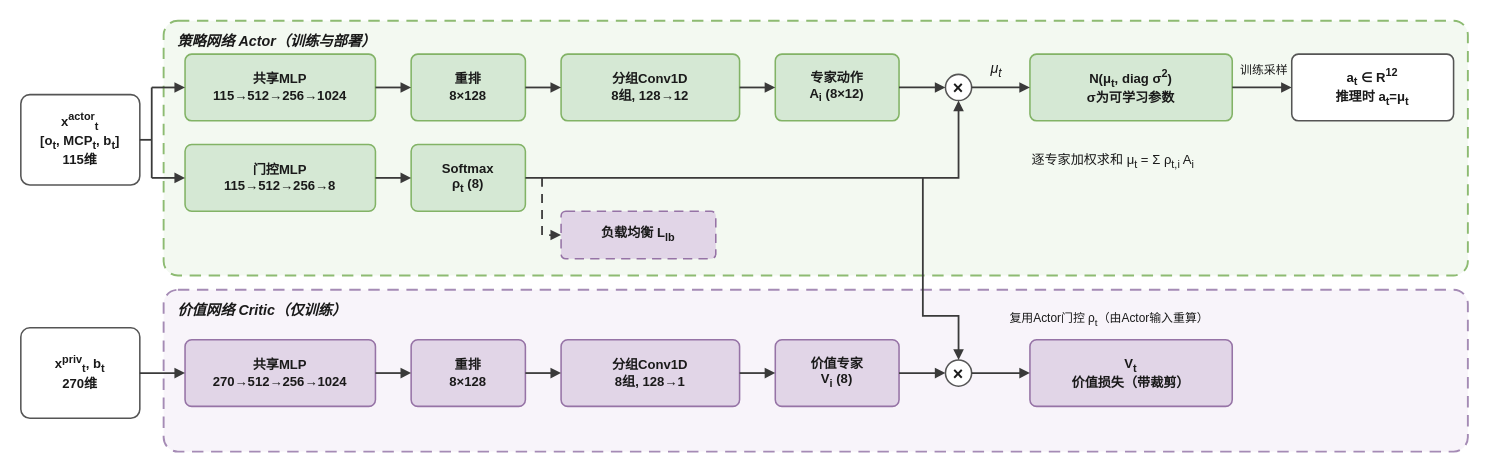
Before: report_rl_control/figures/fig4_actor_critic.drawio in leichesterzhang/rf, a draw.io diagram. Source tidied: cells renumbered, new cells numbered last; positions are measured from the earlier drawing's top-left corner, leaving out a move shared by most shapes. Both pictures are drawn from the tidied source at 119%, with x=0, y=0 at pixel (20, 20).
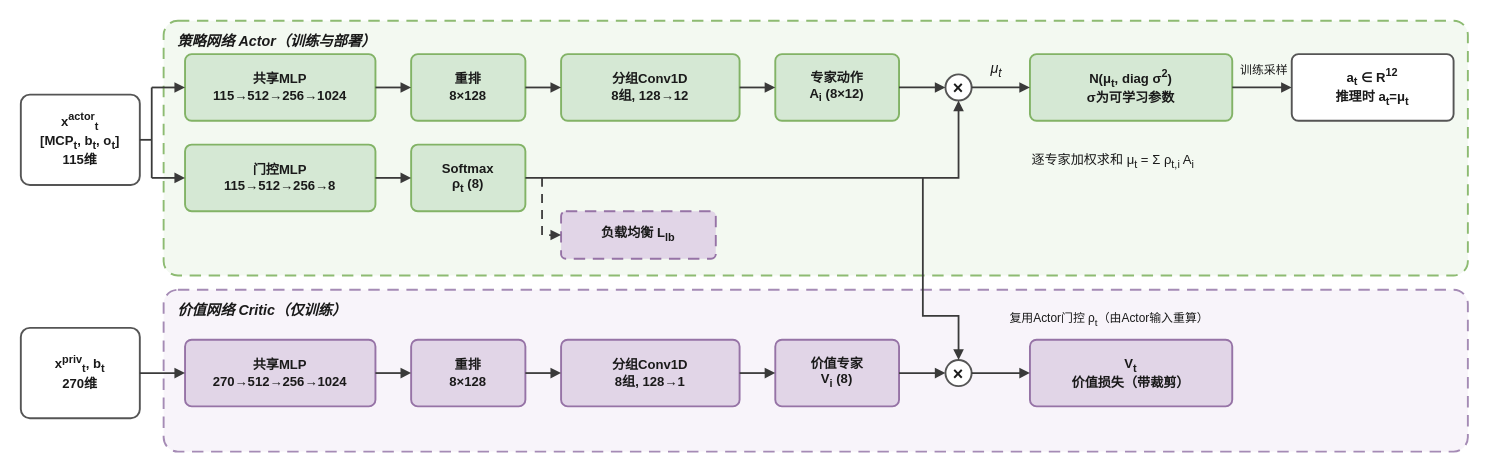
The same diagram, later.

What changed in the source:
```diff
@@
-    <mxCell id="4" value="x&lt;sup&gt;actor&lt;/sup&gt;&lt;sub&gt;t&lt;/sub&gt;&lt;br&gt;[o&lt;sub&gt;t&lt;/sub&gt;, MCP&lt;sub&gt;t&lt;/sub&gt;, b&lt;sub&gt;t&lt;/sub&gt;]&lt;br&gt;115维" style="html=1;whiteSpace=wrap;fontFamily=Arial;fontSize=11;fontColor=#1A1A1A;fontStyle=1;align=center;rounded=1;arcSize=10;fillColor=#FFFFFF;strokeColor=#555555;strokeWidth=1.3;verticalAlign=middle;" parent="1" vertex="1">
+    <mxCell id="4" value="x&lt;sup&gt;actor&lt;/sup&gt;&lt;sub&gt;t&lt;/sub&gt;&lt;br&gt;[MCP&lt;sub&gt;t&lt;/sub&gt;, b&lt;sub&gt;t&lt;/sub&gt;, o&lt;sub&gt;t&lt;/sub&gt;]&lt;br&gt;115维" style="html=1;whiteSpace=wrap;fontFamily=Arial;fontSize=11;fontColor=#1A1A1A;fontStyle=1;align=center;rounded=1;arcSize=10;fillColor=#FFFFFF;strokeColor=#555555;strokeWidth=1.6;verticalAlign=middle;" parent="1" vertex="1">
       <mxGeometry y="62" width="100" height="76" as="geometry" />
     </mxCell>
@@
-    <mxCell id="7" value="共享MLP&lt;br&gt;115→512→256→1024" style="html=1;whiteSpace=wrap;fontFamily=Arial;fontSize=11;fontColor=#1A1A1A;fontStyle=1;align=center;rounded=1;arcSize=10;fillColor=#D5E8D4;strokeColor=#82B366;strokeWidth=1.3;verticalAlign=middle;" parent="1" vertex="1">
+    <mxCell id="7" value="共享MLP&lt;br&gt;115→512→256→1024" style="html=1;whiteSpace=wrap;fontFamily=Arial;fontSize=11;fontColor=#1A1A1A;fontStyle=1;align=center;rounded=1;arcSize=10;fillColor=#D5E8D4;strokeColor=#82B366;strokeWidth=1.6;verticalAlign=middle;" parent="1" vertex="1">
       <mxGeometry x="138" y="28" width="160" height="56" as="geometry" />
     </mxCell>
-    <mxCell id="8" value="门控MLP&lt;br&gt;115→512→256→8" style="html=1;whiteSpace=wrap;fontFamily=Arial;fontSize=11;fontColor=#1A1A1A;fontStyle=1;align=center;rounded=1;arcSize=10;fillColor=#D5E8D4;strokeColor=#82B366;strokeWidth=1.3;verticalAlign=middle;" parent="1" vertex="1">
+    <mxCell id="8" value="门控MLP&lt;br&gt;115→512→256→8" style="html=1;whiteSpace=wrap;fontFamily=Arial;fontSize=11;fontColor=#1A1A1A;fontStyle=1;align=center;rounded=1;arcSize=10;fillColor=#D5E8D4;strokeColor=#82B366;strokeWidth=1.6;verticalAlign=middle;" parent="1" vertex="1">
       <mxGeometry x="138" y="104" width="160" height="56" as="geometry" />
     </mxCell>
@@
-    <mxCell id="11" value="重排&lt;br&gt;8×128" style="html=1;whiteSpace=wrap;fontFamily=Arial;fontSize=11;fontColor=#1A1A1A;fontStyle=1;align=center;rounded=1;arcSize=10;fillColor=#D5E8D4;strokeColor=#82B366;strokeWidth=1.3;verticalAlign=middle;" parent="1" vertex="1">
+    <mxCell id="11" value="重排&lt;br&gt;8×128" style="html=1;whiteSpace=wrap;fontFamily=Arial;fontSize=11;fontColor=#1A1A1A;fontStyle=1;align=center;rounded=1;arcSize=10;fillColor=#D5E8D4;strokeColor=#82B366;strokeWidth=1.6;verticalAlign=middle;" parent="1" vertex="1">
       <mxGeometry x="328" y="28" width="96" height="56" as="geometry" />
     </mxCell>
-    <mxCell id="12" value="分组Conv1D&lt;br&gt;8组, 128→12" style="html=1;whiteSpace=wrap;fontFamily=Arial;fontSize=11;fontColor=#1A1A1A;fontStyle=1;align=center;rounded=1;arcSize=10;fillColor=#D5E8D4;strokeColor=#82B366;strokeWidth=1.3;verticalAlign=middle;" parent="1" vertex="1">
+    <mxCell id="12" value="分组Conv1D&lt;br&gt;8组, 128→12" style="html=1;whiteSpace=wrap;fontFamily=Arial;fontSize=11;fontColor=#1A1A1A;fontStyle=1;align=center;rounded=1;arcSize=10;fillColor=#D5E8D4;strokeColor=#82B366;strokeWidth=1.6;verticalAlign=middle;" parent="1" vertex="1">
       <mxGeometry x="454" y="28" width="150" height="56" as="geometry" />
     </mxCell>
-    <mxCell id="13" value="专家动作&lt;br&gt;A&lt;sub&gt;i&lt;/sub&gt;  (8×12)" style="html=1;whiteSpace=wrap;fontFamily=Arial;fontSize=11;fontColor=#1A1A1A;fontStyle=1;align=center;rounded=1;arcSize=10;fillColor=#D5E8D4;strokeColor=#82B366;strokeWidth=1.3;verticalAlign=middle;" parent="1" vertex="1">
+    <mxCell id="13" value="专家动作&lt;br&gt;A&lt;sub&gt;i&lt;/sub&gt;  (8×12)" style="html=1;whiteSpace=wrap;fontFamily=Arial;fontSize=11;fontColor=#1A1A1A;fontStyle=1;align=center;rounded=1;arcSize=10;fillColor=#D5E8D4;strokeColor=#82B366;strokeWidth=1.6;verticalAlign=middle;" parent="1" vertex="1">
       <mxGeometry x="634" y="28" width="104" height="56" as="geometry" />
     </mxCell>
@@
-    <mxCell id="17" value="×" style="ellipse;html=1;whiteSpace=wrap;fontFamily=Arial;fontSize=15;fontColor=#1A1A1A;fontStyle=1;align=center;fillColor=#FFFFFF;strokeColor=#555555;strokeWidth=1.3;verticalAlign=middle;" parent="1" vertex="1">
+    <mxCell id="17" value="×" style="ellipse;html=1;whiteSpace=wrap;fontFamily=Arial;fontSize=15;fontColor=#1A1A1A;fontStyle=1;align=center;fillColor=#FFFFFF;strokeColor=#555555;strokeWidth=1.6;verticalAlign=middle;" parent="1" vertex="1">
       <mxGeometry x="777" y="45" width="22" height="22" as="geometry" />
     </mxCell>
@@
-    <mxCell id="19" value="Softmax&lt;br&gt;ρ&lt;sub&gt;t&lt;/sub&gt; (8)" style="html=1;whiteSpace=wrap;fontFamily=Arial;fontSize=11;fontColor=#1A1A1A;fontStyle=1;align=center;rounded=1;arcSize=10;fillColor=#D5E8D4;strokeColor=#82B366;strokeWidth=1.3;verticalAlign=middle;" parent="1" vertex="1">
+    <mxCell id="19" value="Softmax&lt;br&gt;ρ&lt;sub&gt;t&lt;/sub&gt; (8)" style="html=1;whiteSpace=wrap;fontFamily=Arial;fontSize=11;fontColor=#1A1A1A;fontStyle=1;align=center;rounded=1;arcSize=10;fillColor=#D5E8D4;strokeColor=#82B366;strokeWidth=1.6;verticalAlign=middle;" parent="1" vertex="1">
       <mxGeometry x="328" y="104" width="96" height="56" as="geometry" />
     </mxCell>
@@
-    <mxCell id="23" value="负载均衡 L&lt;sub&gt;lb&lt;/sub&gt;" style="html=1;whiteSpace=wrap;fontFamily=Arial;fontSize=11;fontColor=#1A1A1A;fontStyle=1;align=center;rounded=1;arcSize=10;fillColor=#E1D5E7;strokeColor=#9673A6;strokeWidth=1.3;verticalAlign=middle;dashed=1;dashPattern=6 4;" parent="1" vertex="1">
+    <mxCell id="23" value="负载均衡 L&lt;sub&gt;lb&lt;/sub&gt;" style="html=1;whiteSpace=wrap;fontFamily=Arial;fontSize=11;fontColor=#1A1A1A;fontStyle=1;align=center;rounded=1;arcSize=10;fillColor=#E1D5E7;strokeColor=#9673A6;strokeWidth=1.6;verticalAlign=middle;dashed=1;dashPattern=6 4;" parent="1" vertex="1">
       <mxGeometry x="454" y="160" width="130" height="40" as="geometry" />
     </mxCell>
@@
-    <mxCell id="25" value="N(μ&lt;sub&gt;t&lt;/sub&gt;, diag σ&lt;sup&gt;2&lt;/sup&gt;)&lt;br&gt;σ为可学习参数" style="html=1;whiteSpace=wrap;fontFamily=Arial;fontSize=11;fontColor=#1A1A1A;fontStyle=1;align=center;rounded=1;arcSize=10;fillColor=#D5E8D4;strokeColor=#82B366;strokeWidth=1.3;verticalAlign=middle;" parent="1" vertex="1">
+    <mxCell id="25" value="N(μ&lt;sub&gt;t&lt;/sub&gt;, diag σ&lt;sup&gt;2&lt;/sup&gt;)&lt;br&gt;σ为可学习参数" style="html=1;whiteSpace=wrap;fontFamily=Arial;fontSize=11;fontColor=#1A1A1A;fontStyle=1;align=center;rounded=1;arcSize=10;fillColor=#D5E8D4;strokeColor=#82B366;strokeWidth=1.6;verticalAlign=middle;" parent="1" vertex="1">
       <mxGeometry x="848" y="28" width="170" height="56" as="geometry" />
     </mxCell>
@@
-    <mxCell id="28" value="a&lt;sub&gt;t&lt;/sub&gt; ∈ R&lt;sup&gt;12&lt;/sup&gt;&lt;br&gt;推理时 a&lt;sub&gt;t&lt;/sub&gt;=μ&lt;sub&gt;t&lt;/sub&gt;" style="html=1;whiteSpace=wrap;fontFamily=Arial;fontSize=11;fontColor=#1A1A1A;fontStyle=1;align=center;rounded=1;arcSize=10;fillColor=#FFFFFF;strokeColor=#555555;strokeWidth=1.3;verticalAlign=middle;" parent="1" vertex="1">
+    <mxCell id="28" value="a&lt;sub&gt;t&lt;/sub&gt; ∈ R&lt;sup&gt;12&lt;/sup&gt;&lt;br&gt;推理时 a&lt;sub&gt;t&lt;/sub&gt;=μ&lt;sub&gt;t&lt;/sub&gt;" style="html=1;whiteSpace=wrap;fontFamily=Arial;fontSize=11;fontColor=#1A1A1A;fontStyle=1;align=center;rounded=1;arcSize=10;fillColor=#FFFFFF;strokeColor=#555555;strokeWidth=1.6;verticalAlign=middle;" parent="1" vertex="1">
       <mxGeometry x="1068" y="28" width="136" height="56" as="geometry" />
     </mxCell>
@@
-    <mxCell id="31" value="x&lt;sup&gt;priv&lt;/sup&gt;&lt;sub&gt;t&lt;/sub&gt;, b&lt;sub&gt;t&lt;/sub&gt;&lt;br&gt;270维" style="html=1;whiteSpace=wrap;fontFamily=Arial;fontSize=11;fontColor=#1A1A1A;fontStyle=1;align=center;rounded=1;arcSize=10;fillColor=#FFFFFF;strokeColor=#555555;strokeWidth=1.3;verticalAlign=middle;" parent="1" vertex="1">
+    <mxCell id="31" value="x&lt;sup&gt;priv&lt;/sup&gt;&lt;sub&gt;t&lt;/sub&gt;, b&lt;sub&gt;t&lt;/sub&gt;&lt;br&gt;270维" style="html=1;whiteSpace=wrap;fontFamily=Arial;fontSize=11;fontColor=#1A1A1A;fontStyle=1;align=center;rounded=1;arcSize=10;fillColor=#FFFFFF;strokeColor=#555555;strokeWidth=1.6;verticalAlign=middle;" parent="1" vertex="1">
       <mxGeometry y="258" width="100" height="76" as="geometry" />
     </mxCell>
-    <mxCell id="32" value="共享MLP&lt;br&gt;270→512→256→1024" style="html=1;whiteSpace=wrap;fontFamily=Arial;fontSize=11;fontColor=#1A1A1A;fontStyle=1;align=center;rounded=1;arcSize=10;fillColor=#E1D5E7;strokeColor=#9673A6;strokeWidth=1.3;verticalAlign=middle;" parent="1" vertex="1">
+    <mxCell id="32" value="共享MLP&lt;br&gt;270→512→256→1024" style="html=1;whiteSpace=wrap;fontFamily=Arial;fontSize=11;fontColor=#1A1A1A;fontStyle=1;align=center;rounded=1;arcSize=10;fillColor=#E1D5E7;strokeColor=#9673A6;strokeWidth=1.6;verticalAlign=middle;" parent="1" vertex="1">
       <mxGeometry x="138" y="268" width="160" height="56" as="geometry" />
     </mxCell>
-    <mxCell id="33" value="重排&lt;br&gt;8×128" style="html=1;whiteSpace=wrap;fontFamily=Arial;fontSize=11;fontColor=#1A1A1A;fontStyle=1;align=center;rounded=1;arcSize=10;fillColor=#E1D5E7;strokeColor=#9673A6;strokeWidth=1.3;verticalAlign=middle;" parent="1" vertex="1">
+    <mxCell id="33" value="重排&lt;br&gt;8×128" style="html=1;whiteSpace=wrap;fontFamily=Arial;fontSize=11;fontColor=#1A1A1A;fontStyle=1;align=center;rounded=1;arcSize=10;fillColor=#E1D5E7;strokeColor=#9673A6;strokeWidth=1.6;verticalAlign=middle;" parent="1" vertex="1">
       <mxGeometry x="328" y="268" width="96" height="56" as="geometry" />
     </mxCell>
-    <mxCell id="34" value="分组Conv1D&lt;br&gt;8组, 128→1" style="html=1;whiteSpace=wrap;fontFamily=Arial;fontSize=11;fontColor=#1A1A1A;fontStyle=1;align=center;rounded=1;arcSize=10;fillColor=#E1D5E7;strokeColor=#9673A6;strokeWidth=1.3;verticalAlign=middle;" parent="1" vertex="1">
+    <mxCell id="34" value="分组Conv1D&lt;br&gt;8组, 128→1" style="html=1;whiteSpace=wrap;fontFamily=Arial;fontSize=11;fontColor=#1A1A1A;fontStyle=1;align=center;rounded=1;arcSize=10;fillColor=#E1D5E7;strokeColor=#9673A6;strokeWidth=1.6;verticalAlign=middle;" parent="1" vertex="1">
       <mxGeometry x="454" y="268" width="150" height="56" as="geometry" />
     </mxCell>
-    <mxCell id="35" value="价值专家&lt;br&gt;V&lt;sub&gt;i&lt;/sub&gt;  (8)" style="html=1;whiteSpace=wrap;fontFamily=Arial;fontSize=11;fontColor=#1A1A1A;fontStyle=1;align=center;rounded=1;arcSize=10;fillColor=#E1D5E7;strokeColor=#9673A6;strokeWidth=1.3;verticalAlign=middle;" parent="1" vertex="1">
+    <mxCell id="35" value="价值专家&lt;br&gt;V&lt;sub&gt;i&lt;/sub&gt;  (8)" style="html=1;whiteSpace=wrap;fontFamily=Arial;fontSize=11;fontColor=#1A1A1A;fontStyle=1;align=center;rounded=1;arcSize=10;fillColor=#E1D5E7;strokeColor=#9673A6;strokeWidth=1.6;verticalAlign=middle;" parent="1" vertex="1">
       <mxGeometry x="634" y="268" width="104" height="56" as="geometry" />
     </mxCell>
@@
-    <mxCell id="40" value="×" style="ellipse;html=1;whiteSpace=wrap;fontFamily=Arial;fontSize=15;fontColor=#1A1A1A;fontStyle=1;align=center;fillColor=#FFFFFF;strokeColor=#555555;strokeWidth=1.3;verticalAlign=middle;" parent="1" vertex="1">
+    <mxCell id="40" value="×" style="ellipse;html=1;whiteSpace=wrap;fontFamily=Arial;fontSize=15;fontColor=#1A1A1A;fontStyle=1;align=center;fillColor=#FFFFFF;strokeColor=#555555;strokeWidth=1.6;verticalAlign=middle;" parent="1" vertex="1">
       <mxGeometry x="777" y="285" width="22" height="22" as="geometry" />
     </mxCell>
@@
-    <mxCell id="44" value="V&lt;sub&gt;t&lt;/sub&gt;&lt;br&gt;价值损失（带裁剪）" style="html=1;whiteSpace=wrap;fontFamily=Arial;fontSize=11;fontColor=#1A1A1A;fontStyle=1;align=center;rounded=1;arcSize=10;fillColor=#E1D5E7;strokeColor=#9673A6;strokeWidth=1.3;verticalAlign=middle;" parent="1" vertex="1">
+    <mxCell id="44" value="V&lt;sub&gt;t&lt;/sub&gt;&lt;br&gt;价值损失（带裁剪）" style="html=1;whiteSpace=wrap;fontFamily=Arial;fontSize=11;fontColor=#1A1A1A;fontStyle=1;align=center;rounded=1;arcSize=10;fillColor=#E1D5E7;strokeColor=#9673A6;strokeWidth=1.6;verticalAlign=middle;" parent="1" vertex="1">
       <mxGeometry x="848" y="268" width="170" height="56" as="geometry" />
     </mxCell>
```
